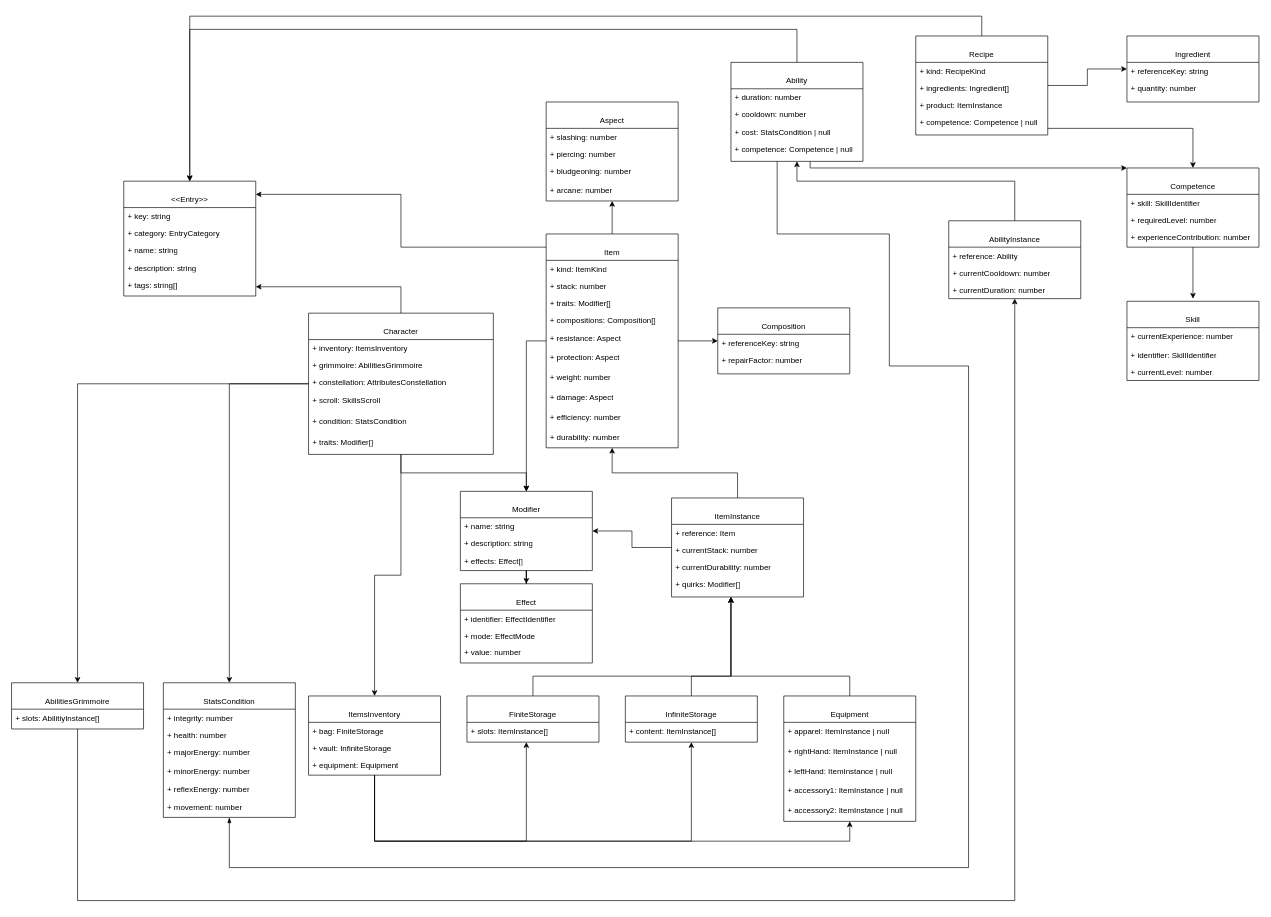
Before: docs/diagrams/models-class-diagram.drawio in joao-vp-gomes/liri, a draw.io diagram. Source tidied: cells renumbered, new cells numbered last; positions are measured from the earlier drawing's top-left corner, leaving out a move shared by most shapes. Both pictures are drawn from the tidied source at 66%, with x=0, y=0 at pixel (11, 16).
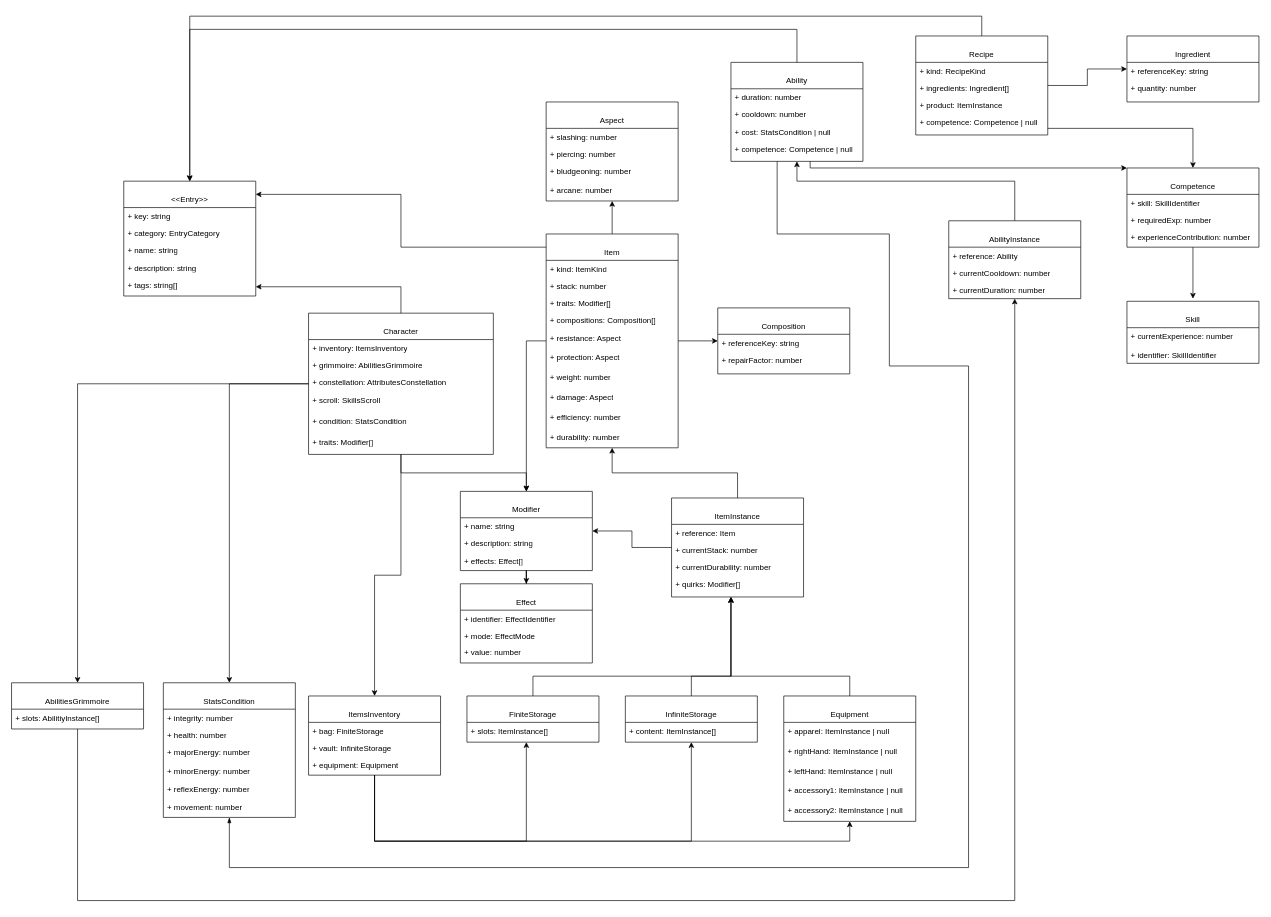
The same page after the edit.

Unchanged cells that the change refers to:
```xml
<mxCell id="63" value="&lt;br&gt;&lt;div&gt;Competence&lt;/div&gt;" style="swimlane;fontStyle=0;horizontal=1;startSize=40;fillColor=none;whiteSpace=wrap;html=1;" parent="1" vertex="1">
  <mxGeometry x="1690" y="230" width="200" height="120" as="geometry" />
</mxCell>
```

Diff of the diagram source:
```diff
@@
-    <mxCell id="65" value="+ requiredLevel: number" style="text;strokeColor=none;fillColor=none;align=left;verticalAlign=top;spacingLeft=4;spacingRight=4;overflow=hidden;whiteSpace=wrap;html=1;" parent="63" vertex="1">
+    <mxCell id="65" value="+ requiredExp: number" style="text;strokeColor=none;fillColor=none;align=left;verticalAlign=top;spacingLeft=4;spacingRight=4;overflow=hidden;whiteSpace=wrap;html=1;" parent="63" vertex="1">
       <mxGeometry y="66" width="200" height="26" as="geometry" />
     </mxCell>
@@
     <mxCell id="84" value="&lt;br&gt;&lt;div&gt;Skill&lt;/div&gt;" style="swimlane;fontStyle=0;horizontal=1;startSize=40;fillColor=none;whiteSpace=wrap;html=1;" parent="1" vertex="1">
-      <mxGeometry x="1690" y="432" width="200" height="120" as="geometry" />
+      <mxGeometry x="1690" y="432" width="200" height="94" as="geometry" />
     </mxCell>
@@
-    <mxCell id="87" value="+ currentLevel: number" style="text;strokeColor=none;fillColor=none;align=left;verticalAlign=top;spacingLeft=4;spacingRight=4;overflow=hidden;whiteSpace=wrap;html=1;" parent="84" vertex="1">
-      <mxGeometry y="94" width="200" height="26" as="geometry" />
-    </mxCell>
```
